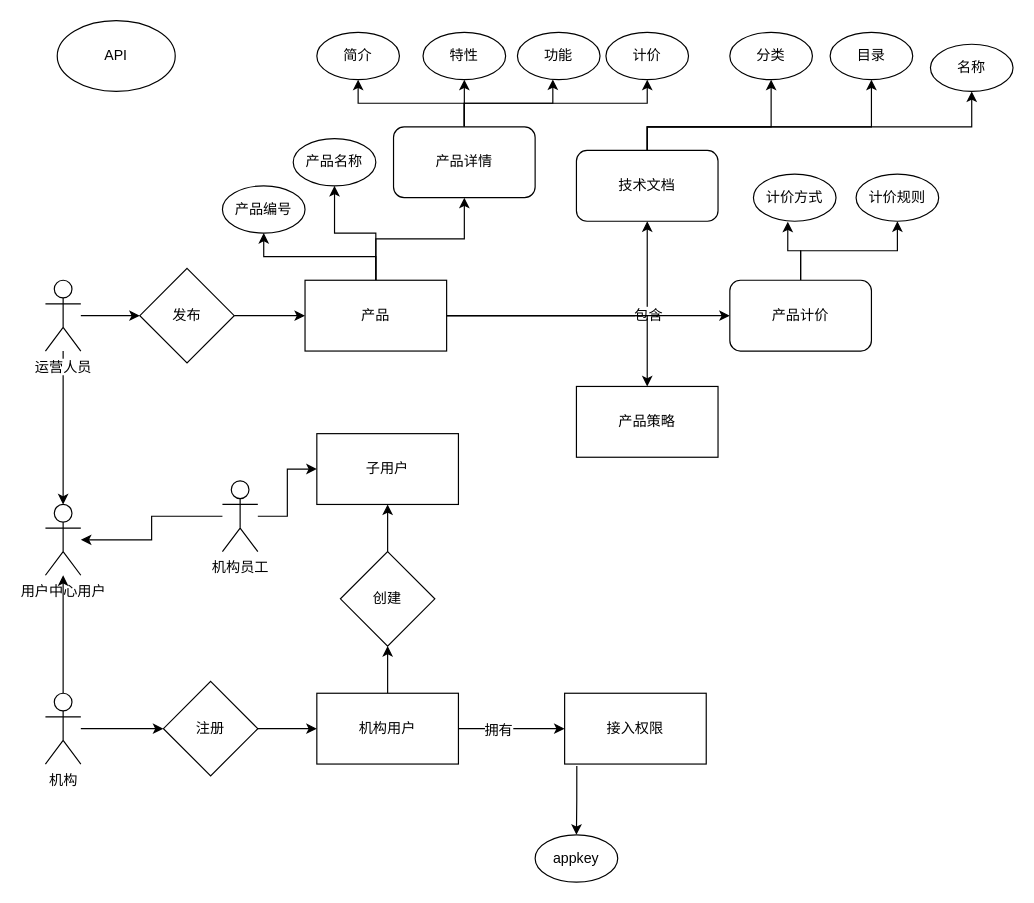
The draw.io diagram page "业务概念" (2 of 3) of 微医云模块.drawio in liaosg/test, before the edit. Source tidied: cells renumbered, new cells numbered last; positions are measured from the earlier drawing's top-left corner, leaving out a move shared by most shapes. Both pictures are drawn from the tidied source at 118%, with x=0, y=0 at pixel (45, 20).
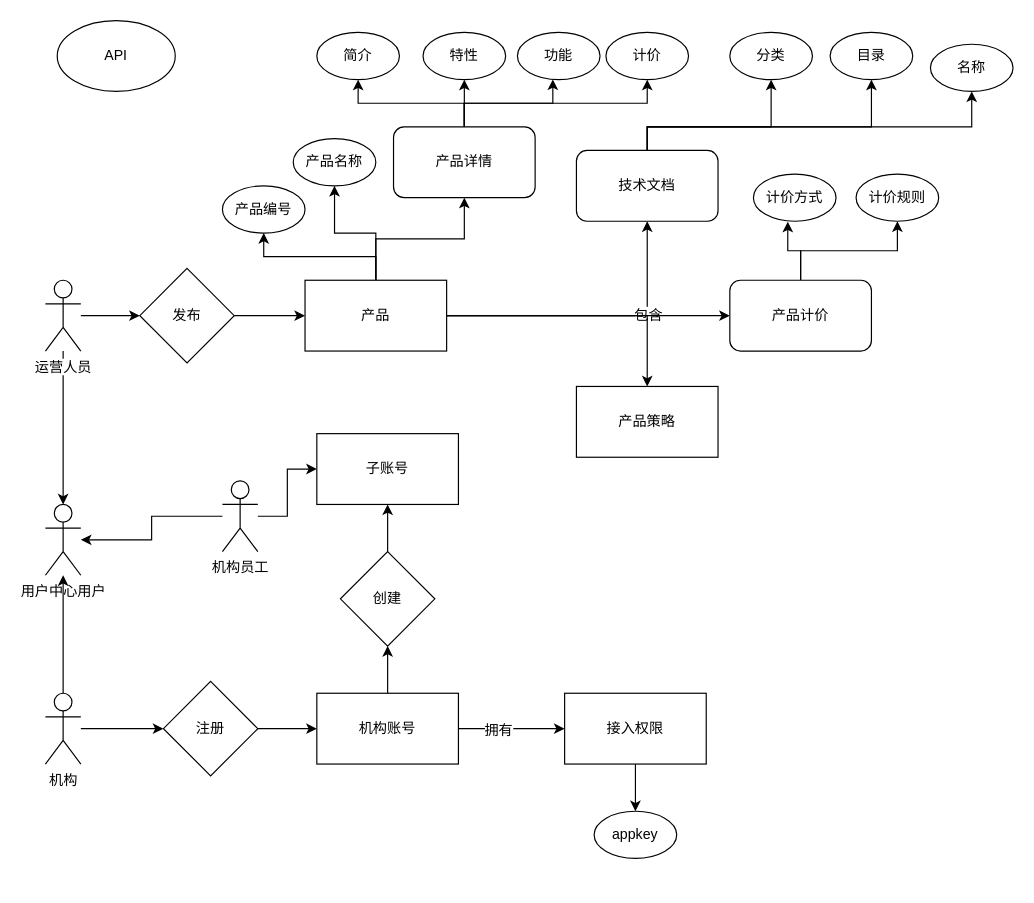
The same page after the edit.

Commit message:
Update 微医云模块.drawio

Unchanged cells that the change refers to:
```xml
<mxCell id="40" value="接入权限" style="rounded=0;whiteSpace=wrap;html=1;" parent="1" vertex="1">
  <mxGeometry x="440" y="570" width="120" height="60" as="geometry" />
</mxCell>
```

What changed in the source:
```diff
@@
-    <mxCell id="18" style="edgeStyle=orthogonalEdgeStyle;rounded=0;jettySize=auto;html=1;exitX=0.086;exitY=1.026;exitDx=0;exitDy=0;exitPerimeter=0;" parent="1" edge="1" source="40" target="39">
+    <mxCell id="18" style="edgeStyle=orthogonalEdgeStyle;rounded=0;jettySize=auto;html=1;exitX=0.5;exitY=1;exitDx=0;exitDy=0;" parent="1" edge="1" source="40" target="39">
       <mxGeometry relative="1" as="geometry" />
     </mxCell>
@@
-    <mxCell id="21" value="机构用户" style="rounded=0;whiteSpace=wrap;html=1;" parent="1" vertex="1">
+    <mxCell id="21" value="机构账号" style="rounded=0;whiteSpace=wrap;html=1;" parent="1" vertex="1">
       <mxGeometry x="230" y="570" width="120" height="60" as="geometry" />
     </mxCell>
@@
-    <mxCell id="32" value="子用户" style="rounded=0;whiteSpace=wrap;html=1;" parent="1" vertex="1">
+    <mxCell id="32" value="子账号" style="rounded=0;whiteSpace=wrap;html=1;" parent="1" vertex="1">
       <mxGeometry x="230" y="350" width="120" height="60" as="geometry" />
     </mxCell>
@@
     <mxCell id="39" value="appkey" style="ellipse;whiteSpace=wrap;html=1;" parent="1" vertex="1">
-      <mxGeometry x="415" y="690" width="70" height="40" as="geometry" />
+      <mxGeometry x="465" y="670" width="70" height="40" as="geometry" />
     </mxCell>
```
